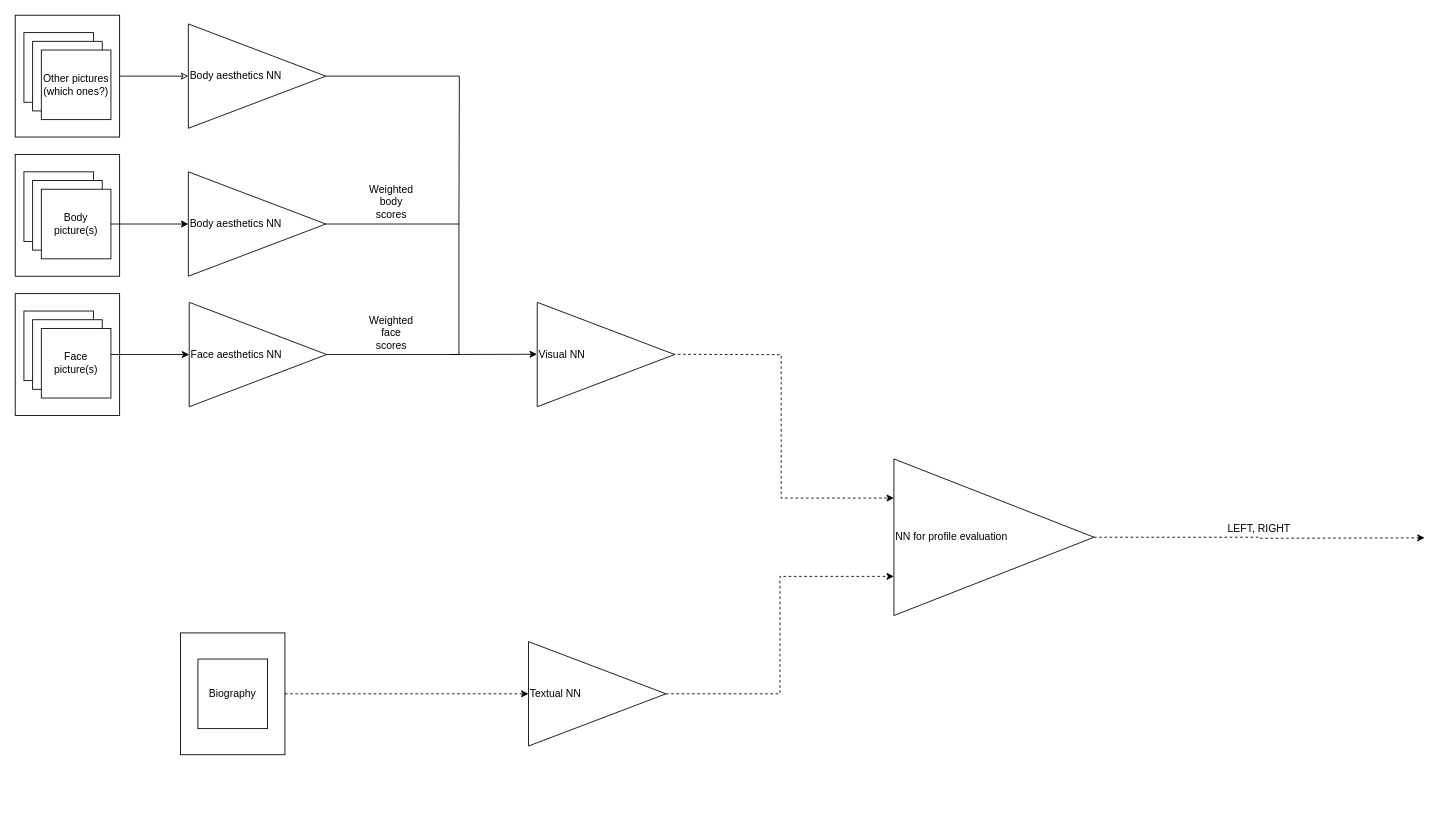
Earlier version of the draw.io diagram the_wingman.drawio (abreu4/The-Wing-Man). Source tidied: cells renumbered, new cells numbered last; positions are measured from the earlier drawing's top-left corner, leaving out a move shared by most shapes. Both pictures are drawn from the tidied source at 87%, with x=0, y=0 at pixel (15, 15).
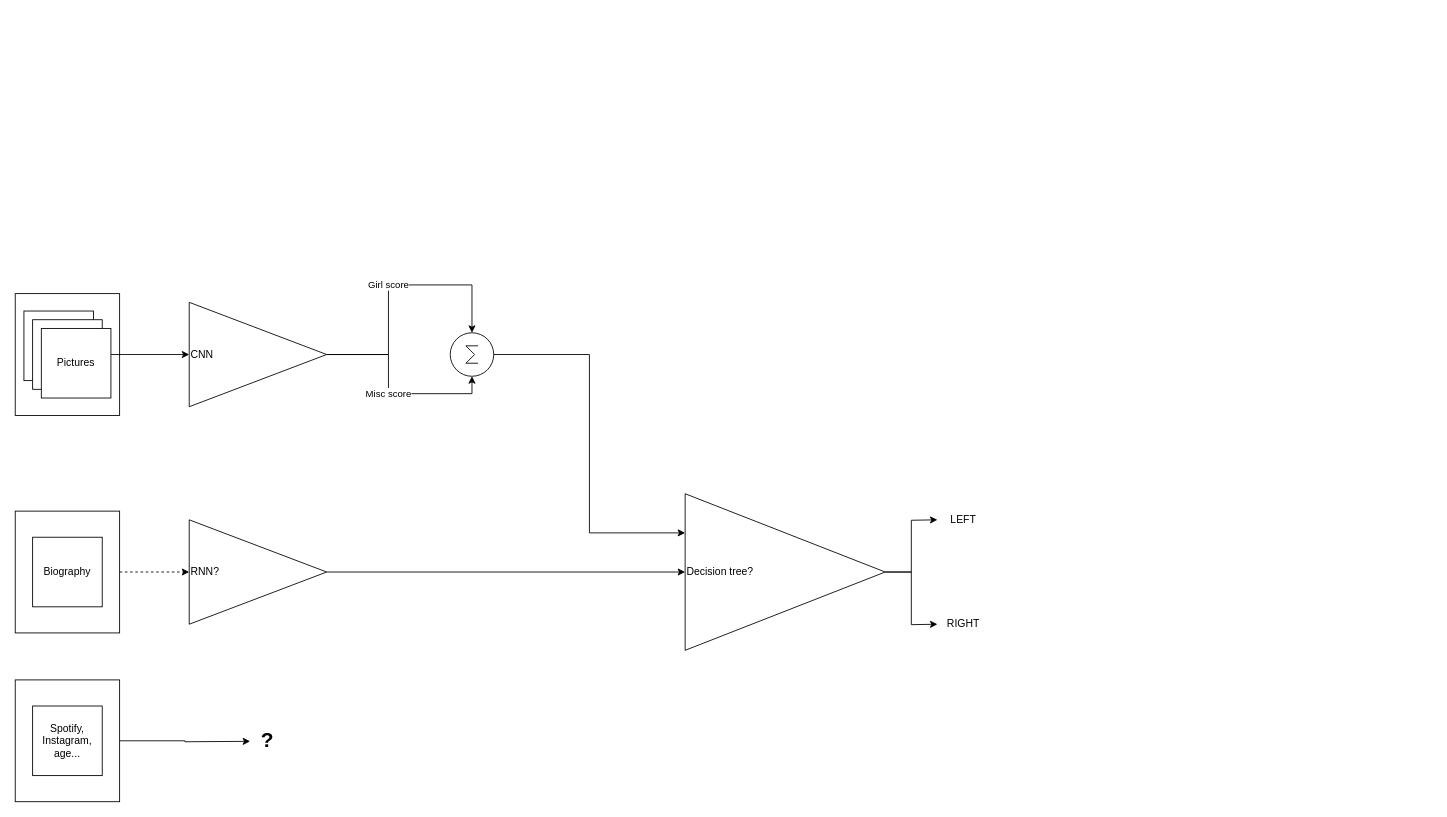
Above is the later version.

Change to the diagram source:
```diff
@@
-    <mxCell id="2" style="edgeStyle=orthogonalEdgeStyle;rounded=0;jettySize=auto;html=1;exitX=1;exitY=0.5;exitDx=0;exitDy=0;endArrow=none;endFill=0;" parent="1" edge="1" source="3">
-      <mxGeometry relative="1" as="geometry">
-        <mxPoint x="500" y="390" as="targetPoint" />
-        <Array as="points">
-          <mxPoint x="510" y="240" />
-          <mxPoint x="510" y="390" />
-        </Array>
-      </mxGeometry>
-    </mxCell>
-    <mxCell id="3" value="Body aesthetics NN" style="triangle;whiteSpace=wrap;html=1;align=left;" parent="1" vertex="1">
-      <mxGeometry x="199" y="180" width="158" height="120" as="geometry" />
-    </mxCell>
+    <mxCell id="35" style="edgeStyle=orthogonalEdgeStyle;rounded=0;jettySize=auto;html=1;exitX=1;exitY=0.5;exitDx=0;exitDy=0;" parent="1" edge="1" source="36">
+      <mxGeometry relative="1" as="geometry">
+        <mxPoint x="270" y="834.6" as="targetPoint" />
+      </mxGeometry>
+    </mxCell>
+    <mxCell id="36" style="rounded=0;whiteSpace=wrap;html=1;" parent="1" vertex="1">
+      <mxGeometry y="764" width="120" height="140" as="geometry" />
+    </mxCell>
@@
-    <mxCell id="5" style="edgeStyle=orthogonalEdgeStyle;rounded=0;jettySize=auto;html=1;exitX=1;exitY=0.5;exitDx=0;exitDy=0;entryX=0;entryY=0.5;entryDx=0;entryDy=0;endArrow=classic;endFill=1;" parent="1" edge="1" source="6">
-      <mxGeometry relative="1" as="geometry">
-        <mxPoint x="599.7" y="389.7" as="targetPoint" />
-      </mxGeometry>
-    </mxCell>
+    <mxCell id="37" value="Girl score" style="edgeStyle=orthogonalEdgeStyle;rounded=0;jettySize=auto;html=1;exitX=1;exitY=0.5;exitDx=0;exitDy=0;entryX=0.5;entryY=0;entryDx=0;entryDy=0;entryPerimeter=0;" parent="1" edge="1" source="6" target="42">
+      <mxGeometry relative="1" as="geometry">
+        <Array as="points">
+          <mxPoint x="429" y="390" />
+          <mxPoint x="429" y="310" />
+          <mxPoint x="525" y="310" />
+        </Array>
+      </mxGeometry>
+    </mxCell>
+    <mxCell id="38" value="Misc score" style="edgeStyle=orthogonalEdgeStyle;rounded=0;jettySize=auto;html=1;exitX=1;exitY=0.5;exitDx=0;exitDy=0;entryX=0.5;entryY=1;entryDx=0;entryDy=0;entryPerimeter=0;" parent="1" edge="1" source="6" target="42">
+      <mxGeometry relative="1" as="geometry" />
+    </mxCell>
-    <mxCell id="6" value="Face aesthetics NN" style="triangle;whiteSpace=wrap;html=1;align=left;" parent="1" vertex="1">
+    <mxCell id="6" value="CNN" style="triangle;whiteSpace=wrap;html=1;align=left;" parent="1" vertex="1">
       <mxGeometry x="200" y="330" width="158" height="120" as="geometry" />
     </mxCell>
@@
-    <mxCell id="10" value="Face picture(s)" style="whiteSpace=wrap;html=1;" parent="1" vertex="1">
+    <mxCell id="10" value="Pictures" style="whiteSpace=wrap;html=1;" parent="1" vertex="1">
       <mxGeometry x="30" y="360" width="80" height="80" as="geometry" />
     </mxCell>
-    <mxCell id="11" value="Weighted face scores" style="text;html=1;strokeColor=none;fillColor=none;align=center;verticalAlign=middle;whiteSpace=wrap;rounded=0;" parent="1" vertex="1">
-      <mxGeometry x="407" y="350" width="51" height="30" as="geometry" />
-    </mxCell>
-    <mxCell id="12" style="edgeStyle=orthogonalEdgeStyle;rounded=0;jettySize=auto;html=1;exitX=1;exitY=0.5;exitDx=0;exitDy=0;entryX=0;entryY=0.25;entryDx=0;entryDy=0;dashed=1;" parent="1" edge="1" target="17">
-      <mxGeometry relative="1" as="geometry">
-        <mxPoint x="749.7" y="389.7" as="sourcePoint" />
-      </mxGeometry>
-    </mxCell>
@@
     <mxCell id="14" style="rounded=0;whiteSpace=wrap;html=1;" parent="1" vertex="1">
-      <mxGeometry x="190" y="710" width="120" height="140" as="geometry" />
+      <mxGeometry y="570" width="120" height="140" as="geometry" />
     </mxCell>
     <mxCell id="15" value="Biography" style="whiteSpace=wrap;html=1;" parent="1" vertex="1">
-      <mxGeometry x="210" y="740" width="80" height="80" as="geometry" />
+      <mxGeometry x="20" y="600" width="80" height="80" as="geometry" />
     </mxCell>
-    <mxCell id="16" style="edgeStyle=orthogonalEdgeStyle;rounded=0;jettySize=auto;html=1;exitX=1;exitY=0.5;exitDx=0;exitDy=0;dashed=1;endArrow=classic;endFill=1;" parent="1" edge="1" source="17">
-      <mxGeometry relative="1" as="geometry">
-        <mxPoint x="1620" y="600.7" as="targetPoint" />
-      </mxGeometry>
-    </mxCell>
+    <mxCell id="39" style="edgeStyle=orthogonalEdgeStyle;rounded=0;jettySize=auto;html=1;exitX=1;exitY=0.5;exitDx=0;exitDy=0;" parent="1" edge="1" source="17">
+      <mxGeometry relative="1" as="geometry">
+        <mxPoint x="1060" y="580" as="targetPoint" />
+      </mxGeometry>
+    </mxCell>
+    <mxCell id="40" style="edgeStyle=orthogonalEdgeStyle;rounded=0;jettySize=auto;html=1;exitX=1;exitY=0.5;exitDx=0;exitDy=0;" parent="1" edge="1" source="17">
+      <mxGeometry relative="1" as="geometry">
+        <mxPoint x="1060" y="700" as="targetPoint" />
+      </mxGeometry>
+    </mxCell>
-    <mxCell id="17" value="NN for profile evaluation" style="triangle;whiteSpace=wrap;html=1;align=left;" parent="1" vertex="1">
-      <mxGeometry x="1010" y="510" width="230" height="180" as="geometry" />
+    <mxCell id="17" value="Decision tree?" style="triangle;whiteSpace=wrap;html=1;align=left;" parent="1" vertex="1">
+      <mxGeometry x="770" y="550" width="230" height="180" as="geometry" />
     </mxCell>
-    <mxCell id="18" value="LEFT, RIGHT" style="text;html=1;strokeColor=none;fillColor=none;align=center;verticalAlign=middle;whiteSpace=wrap;rounded=0;dashed=1;" parent="1" vertex="1">
-      <mxGeometry x="1390" y="580" width="80" height="20" as="geometry" />
-    </mxCell>
-    <mxCell id="19" style="rounded=0;whiteSpace=wrap;html=1;" parent="1" vertex="1">
-      <mxGeometry y="160" width="120" height="140" as="geometry" />
-    </mxCell>
-    <mxCell id="20" style="whiteSpace=wrap;html=1;" parent="1" vertex="1">
-      <mxGeometry x="10" y="180" width="80" height="80" as="geometry" />
-    </mxCell>
-    <mxCell id="21" style="whiteSpace=wrap;html=1;" parent="1" vertex="1">
-      <mxGeometry x="20" y="190" width="80" height="80" as="geometry" />
-    </mxCell>
-    <mxCell id="22" style="edgeStyle=orthogonalEdgeStyle;rounded=0;jettySize=auto;html=1;exitX=1;exitY=0.5;exitDx=0;exitDy=0;entryX=0;entryY=0.5;entryDx=0;entryDy=0;" parent="1" edge="1" source="23" target="3">
-      <mxGeometry relative="1" as="geometry" />
-    </mxCell>
-    <mxCell id="23" value="Body picture(s)" style="whiteSpace=wrap;html=1;" parent="1" vertex="1">
-      <mxGeometry x="30" y="200" width="80" height="80" as="geometry" />
-    </mxCell>
-    <mxCell id="24" value="Weighted body scores" style="text;html=1;strokeColor=none;fillColor=none;align=center;verticalAlign=middle;whiteSpace=wrap;rounded=0;" parent="1" vertex="1">
-      <mxGeometry x="407" y="200" width="51" height="30" as="geometry" />
-    </mxCell>
-    <mxCell id="25" style="edgeStyle=orthogonalEdgeStyle;rounded=0;jettySize=auto;html=1;exitX=1;exitY=0.5;exitDx=0;exitDy=0;entryX=0;entryY=0.5;entryDx=0;entryDy=0;endArrow=classic;endFill=0;" parent="1" edge="1" source="26" target="31">
-      <mxGeometry relative="1" as="geometry" />
-    </mxCell>
-    <mxCell id="26" style="rounded=0;whiteSpace=wrap;html=1;" parent="1" vertex="1">
-      <mxGeometry width="120" height="140" as="geometry" />
-    </mxCell>
-    <mxCell id="27" style="whiteSpace=wrap;html=1;" parent="1" vertex="1">
-      <mxGeometry x="10" y="20" width="80" height="80" as="geometry" />
-    </mxCell>
-    <mxCell id="28" style="whiteSpace=wrap;html=1;" parent="1" vertex="1">
-      <mxGeometry x="20" y="30" width="80" height="80" as="geometry" />
-    </mxCell>
-    <mxCell id="29" value="Other pictures (which ones?)" style="whiteSpace=wrap;html=1;" parent="1" vertex="1">
-      <mxGeometry x="30" y="40" width="80" height="80" as="geometry" />
-    </mxCell>
-    <mxCell id="30" style="edgeStyle=orthogonalEdgeStyle;rounded=0;jettySize=auto;html=1;exitX=1;exitY=0.5;exitDx=0;exitDy=0;endArrow=none;endFill=0;" parent="1" edge="1" source="31">
-      <mxGeometry relative="1" as="geometry">
-        <mxPoint x="510" y="240" as="targetPoint" />
-      </mxGeometry>
-    </mxCell>
-    <mxCell id="31" value="Body aesthetics NN" style="triangle;whiteSpace=wrap;html=1;align=left;" parent="1" vertex="1">
-      <mxGeometry x="199" y="10" width="158" height="120" as="geometry" />
-    </mxCell>
-    <mxCell id="32" value="Visual NN" style="triangle;whiteSpace=wrap;html=1;align=left;" parent="1" vertex="1">
-      <mxGeometry x="600" y="330" width="158" height="120" as="geometry" />
-    </mxCell>
-    <mxCell id="33" style="edgeStyle=orthogonalEdgeStyle;rounded=0;jettySize=auto;html=1;exitX=1;exitY=0.5;exitDx=0;exitDy=0;entryX=0;entryY=0.75;entryDx=0;entryDy=0;endArrow=classic;endFill=1;dashed=1;" parent="1" edge="1" source="34" target="17">
+    <mxCell id="33" style="edgeStyle=orthogonalEdgeStyle;rounded=0;jettySize=auto;html=1;exitX=1;exitY=0.5;exitDx=0;exitDy=0;entryX=0;entryY=0.5;entryDx=0;entryDy=0;" parent="1" edge="1" source="34" target="17">
       <mxGeometry relative="1" as="geometry" />
     </mxCell>
-    <mxCell id="34" value="Textual NN" style="triangle;whiteSpace=wrap;html=1;align=left;" parent="1" vertex="1">
-      <mxGeometry x="590" y="720" width="158" height="120" as="geometry" />
+    <mxCell id="34" value="RNN?" style="triangle;whiteSpace=wrap;html=1;align=left;" parent="1" vertex="1">
+      <mxGeometry x="200" y="580" width="158" height="120" as="geometry" />
     </mxCell>
+    <mxCell id="41" style="edgeStyle=orthogonalEdgeStyle;rounded=0;jettySize=auto;html=1;exitX=1;exitY=0.5;exitDx=0;exitDy=0;exitPerimeter=0;entryX=0;entryY=0.25;entryDx=0;entryDy=0;" parent="1" edge="1" source="42" target="17">
+      <mxGeometry relative="1" as="geometry" />
+    </mxCell>
+    <mxCell id="42" style="verticalLabelPosition=bottom;shadow=0;dashed=0;align=center;fillColor=#ffffff;html=1;verticalAlign=top;strokeWidth=1;shape=mxgraph.electrical.abstract.sum;" parent="1" vertex="1">
+      <mxGeometry x="500" y="365" width="50" height="50" as="geometry" />
+    </mxCell>
+    <mxCell id="43" value="Spotify, Instagram, age..." style="whiteSpace=wrap;html=1;" parent="1" vertex="1">
+      <mxGeometry x="20" y="794" width="80" height="80" as="geometry" />
+    </mxCell>
+    <mxCell id="44" value="&lt;b&gt;&lt;font style=&quot;font-size: 24px&quot;&gt;?&lt;/font&gt;&lt;/b&gt;" style="text;html=1;strokeColor=none;fillColor=none;align=center;verticalAlign=middle;whiteSpace=wrap;rounded=0;" parent="1" vertex="1">
+      <mxGeometry x="270" y="824" width="40" height="20" as="geometry" />
+    </mxCell>
+    <mxCell id="45" value="LEFT" style="text;html=1;strokeColor=none;fillColor=none;align=center;verticalAlign=middle;whiteSpace=wrap;rounded=0;" parent="1" vertex="1">
+      <mxGeometry x="1070" y="570" width="40" height="20" as="geometry" />
+    </mxCell>
+    <mxCell id="46" value="RIGHT" style="text;html=1;strokeColor=none;fillColor=none;align=center;verticalAlign=middle;whiteSpace=wrap;rounded=0;" parent="1" vertex="1">
+      <mxGeometry x="1070" y="690" width="40" height="20" as="geometry" />
+    </mxCell>
```
